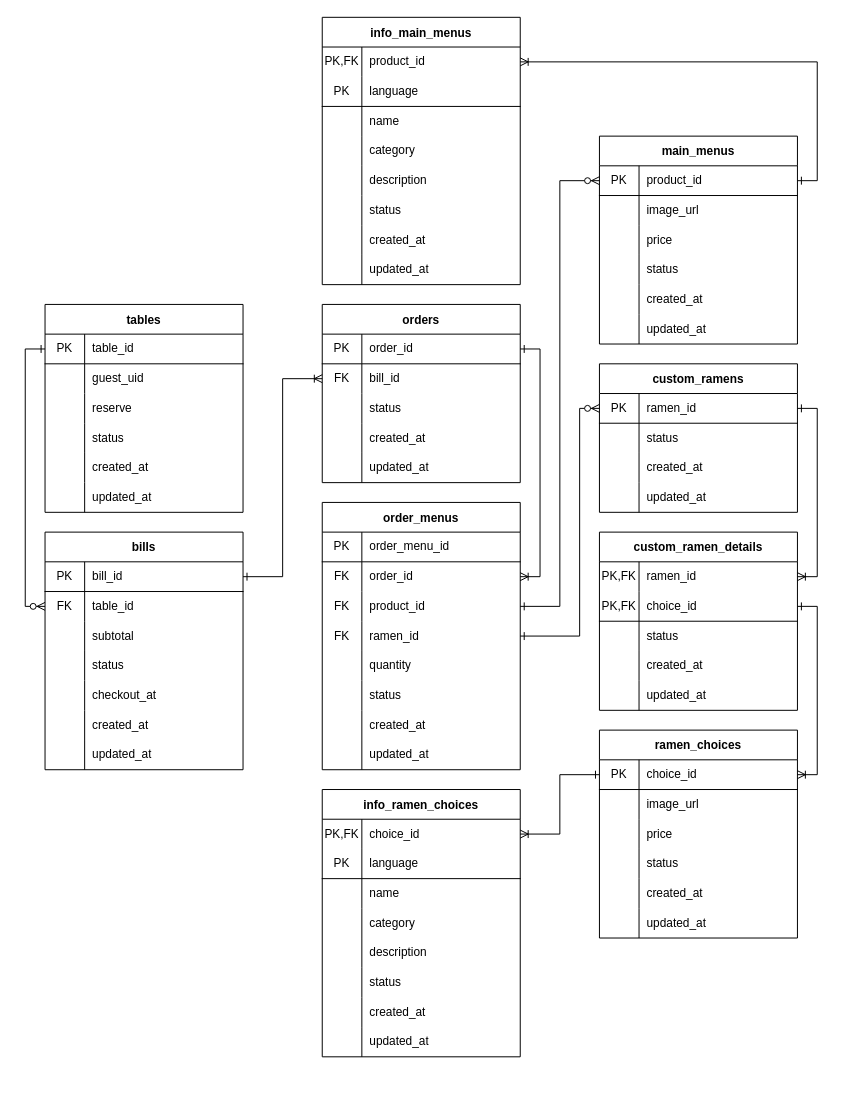
Earlier version of the draw.io diagram page "ER Diagram" (1 of 2) of Document/Design Diagram.drawio (PiriyaDEV/harihari-ramen). Source tidied: cells renumbered, new cells numbered last; positions are measured from the earlier drawing's top-left corner, leaving out a move shared by most shapes. Both pictures are drawn from the tidied source at 99%, with x=0, y=0 at pixel (45, 17).
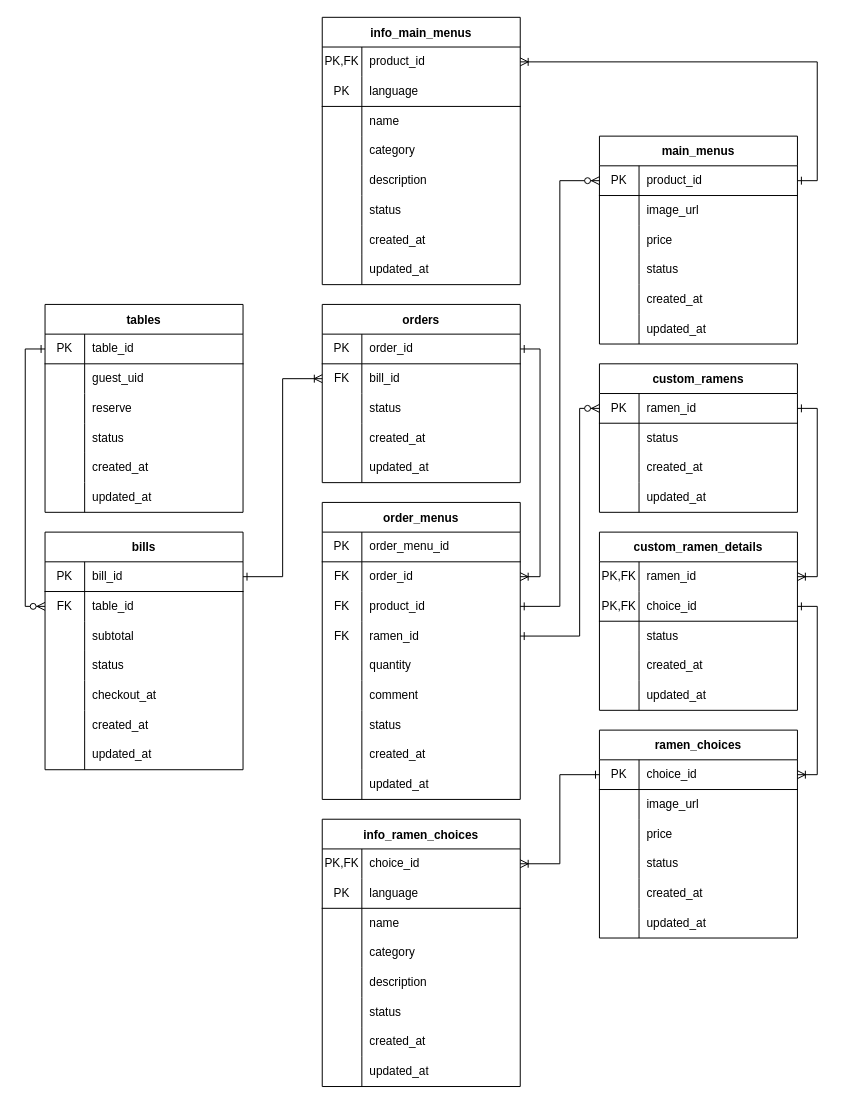
The same diagram, later.

Commit message:
Add comment attribute to order menu

Unchanged cells that the change refers to:
```xml
<mxCell id="22" style="shape=partialRectangle;html=1;whiteSpace=wrap;fillColor=none;top=0;left=0;bottom=1;right=0;points=[[0,0.5],[1,0.5]];portConstraint=eastwest;" parent="21" vertex="1">
  <mxGeometry y="30" width="200" height="30" as="geometry" />
</mxCell>
<mxCell id="186" style="shape=partialRectangle;html=1;whiteSpace=wrap;fillColor=none;top=0;left=0;bottom=0;right=0;points=[[0,0.5],[1,0.5]];portConstraint=eastwest;" parent="185" vertex="1">
  <mxGeometry y="30" width="200" height="30" as="geometry" />
</mxCell>
```

The edit, as a diff of the source:
```diff
@@
     <mxCell id="79" value="order_menus" style="shape=table;startSize=30;childLayout=tableLayout;rowLines=0;fontStyle=1;align=center;" parent="1" vertex="1">
-      <mxGeometry x="280" y="490" width="200" height="270" as="geometry" />
+      <mxGeometry x="280" y="490" width="200" height="300" as="geometry" />
     </mxCell>
@@
+    <mxCell id="210" style="shape=partialRectangle;html=1;whiteSpace=wrap;fillColor=none;top=0;left=0;bottom=0;right=0;" parent="79" vertex="1">
+      <mxGeometry y="180" width="200" height="30" as="geometry" />
+    </mxCell>
+    <mxCell id="211" style="shape=partialRectangle;html=1;whiteSpace=wrap;fillColor=none;top=0;left=0;bottom=0;right=0;overflow=hidden;" parent="210" vertex="1">
+      <mxGeometry width="40" height="30" as="geometry" />
+    </mxCell>
+    <mxCell id="212" value="comment" style="shape=partialRectangle;html=1;whiteSpace=wrap;fillColor=none;top=0;left=0;bottom=0;right=0;align=left;spacingLeft=6;overflow=hidden;" parent="210" vertex="1">
+      <mxGeometry x="40" width="160" height="30" as="geometry" />
+    </mxCell>
     <mxCell id="95" style="shape=partialRectangle;html=1;whiteSpace=wrap;fillColor=none;top=0;left=0;bottom=0;right=0;" parent="79" vertex="1">
-      <mxGeometry y="180" width="200" height="30" as="geometry" />
+      <mxGeometry y="210" width="200" height="30" as="geometry" />
     </mxCell>
@@
     <mxCell id="98" style="shape=partialRectangle;html=1;whiteSpace=wrap;fillColor=none;top=0;left=0;bottom=0;right=0;" parent="79" vertex="1">
-      <mxGeometry y="210" width="200" height="30" as="geometry" />
+      <mxGeometry y="240" width="200" height="30" as="geometry" />
     </mxCell>
@@
     <mxCell id="101" style="shape=partialRectangle;html=1;whiteSpace=wrap;fillColor=none;top=0;left=0;bottom=0;right=0;" parent="79" vertex="1">
-      <mxGeometry y="240" width="200" height="30" as="geometry" />
+      <mxGeometry y="270" width="200" height="30" as="geometry" />
     </mxCell>
@@
     <mxCell id="159" style="edgeStyle=orthogonalEdgeStyle;rounded=0;jettySize=auto;html=1;entryX=1;entryY=0.5;entryDx=0;entryDy=0;startArrow=ERone;startFill=0;endArrow=ERoneToMany;endFill=0;exitX=0;exitY=0.5;exitDx=0;exitDy=0;" parent="1" edge="1" source="22" target="186">
       <mxGeometry relative="1" as="geometry">
         <Array as="points">
           <mxPoint x="520" y="765" />
-          <mxPoint x="520" y="825" />
+          <mxPoint x="520" y="855" />
         </Array>
       </mxGeometry>
     </mxCell>
@@
     <mxCell id="185" value="info_ramen_choices" style="shape=table;startSize=30;childLayout=tableLayout;rowLines=0;fontStyle=1;align=center;" parent="1" vertex="1">
-      <mxGeometry x="280" y="780" width="200" height="270" as="geometry" />
+      <mxGeometry x="280" y="810" width="200" height="270" as="geometry" />
     </mxCell>
```
